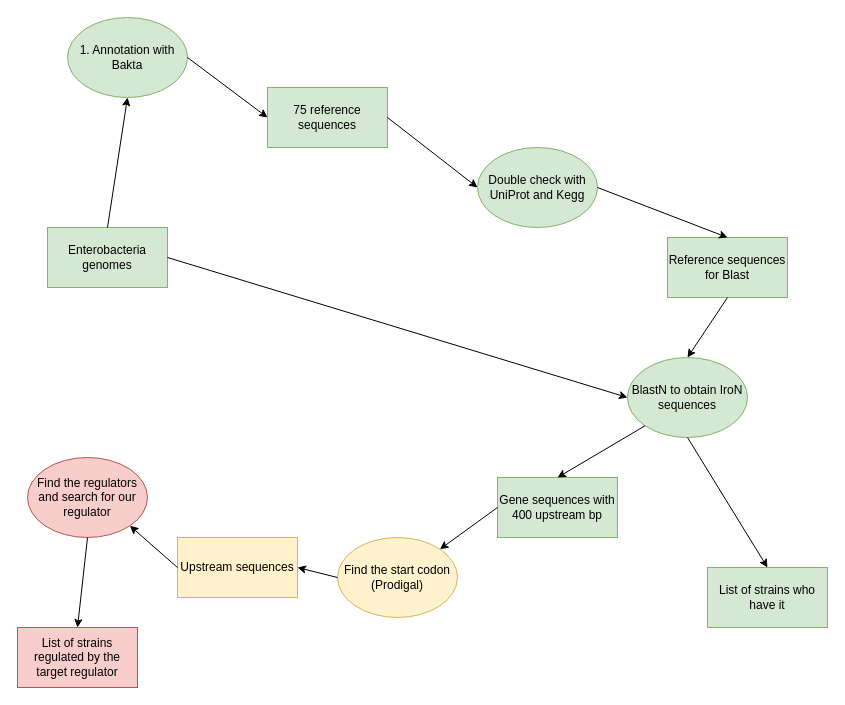
This is IroN-project.drawio from Eugenio-Molphe/IroN-project, a draw.io file, before an edit. Source tidied: cells renumbered, new cells numbered last; positions are measured from the earlier drawing's top-left corner, leaving out a move shared by most shapes. Both pictures are drawn from the tidied source at 100%, with x=0, y=0 at pixel (17, 17).
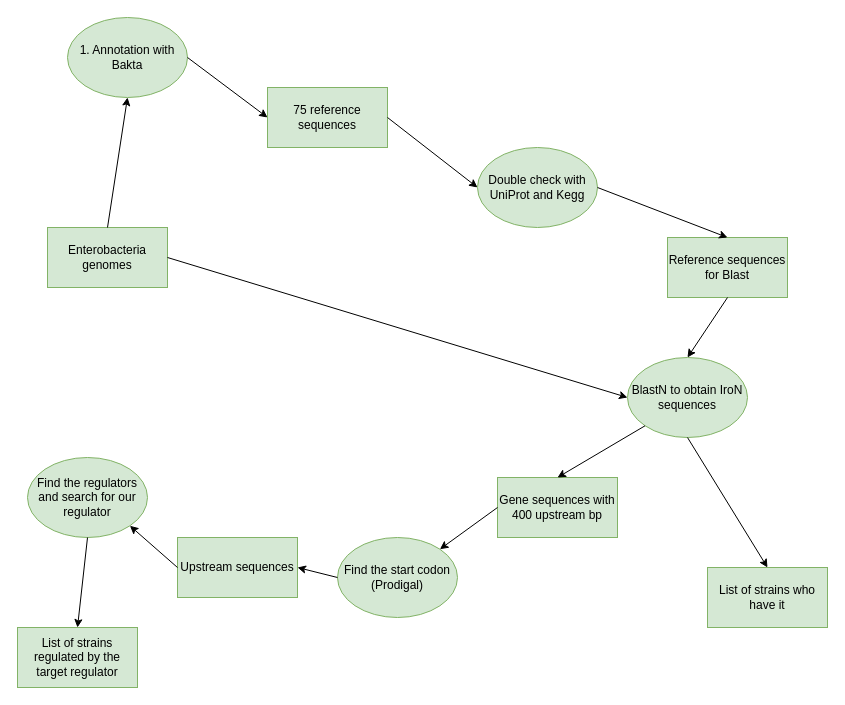
After the change.

Commit message:
C'est fini

The edit, as a diff of the source:
```diff
@@
-    <mxCell id="8" value="Find the start codon (Prodigal)" style="ellipse;whiteSpace=wrap;html=1;fillColor=#fff2cc;strokeColor=#d6b656;" parent="1" vertex="1">
+    <mxCell id="8" value="Find the start codon (Prodigal)" style="ellipse;whiteSpace=wrap;html=1;fillColor=#d5e8d4;strokeColor=#82b366;" parent="1" vertex="1">
       <mxGeometry x="320" y="520" width="120" height="80" as="geometry" />
     </mxCell>
-    <mxCell id="9" value="Find the regulators and search for our regulator" style="ellipse;whiteSpace=wrap;html=1;fillColor=#f8cecc;strokeColor=#b85450;" parent="1" vertex="1">
+    <mxCell id="9" value="Find the regulators and search for our regulator" style="ellipse;whiteSpace=wrap;html=1;fillColor=#d5e8d4;strokeColor=#82b366;" parent="1" vertex="1">
       <mxGeometry x="10" y="440" width="120" height="80" as="geometry" />
     </mxCell>
@@
-    <mxCell id="12" value="Upstream sequences" style="rounded=0;whiteSpace=wrap;html=1;fillColor=#fff2cc;strokeColor=#d6b656;" parent="1" vertex="1">
+    <mxCell id="12" value="Upstream sequences" style="rounded=0;whiteSpace=wrap;html=1;fillColor=#d5e8d4;strokeColor=#82b366;" parent="1" vertex="1">
       <mxGeometry x="160" y="520" width="120" height="60" as="geometry" />
     </mxCell>
-    <mxCell id="13" value="List of strains regulated by the target regulator" style="rounded=0;whiteSpace=wrap;html=1;fillColor=#f8cecc;strokeColor=#b85450;" parent="1" vertex="1">
+    <mxCell id="13" value="List of strains regulated by the target regulator" style="rounded=0;whiteSpace=wrap;html=1;fillColor=#d5e8d4;strokeColor=#82b366;" parent="1" vertex="1">
       <mxGeometry y="610" width="120" height="60" as="geometry" />
     </mxCell>
```
